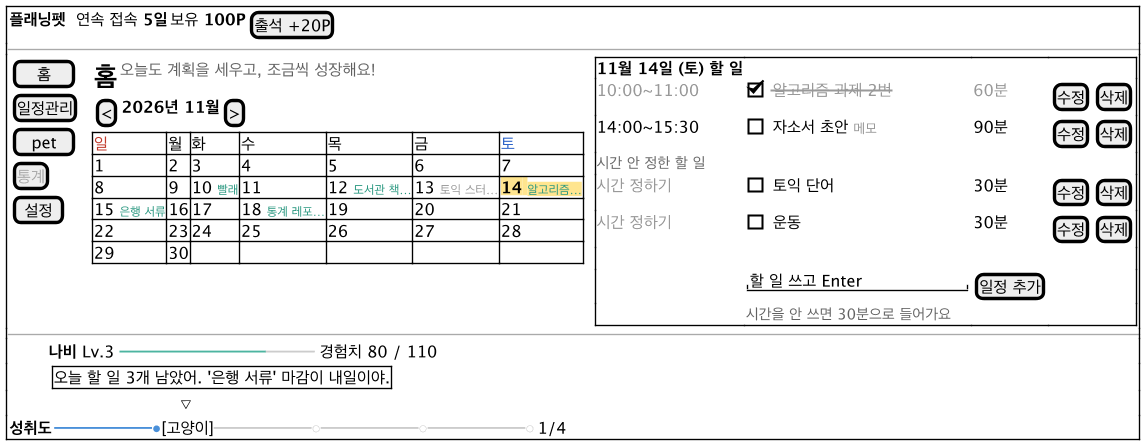
This is docs/diagrams/ui-main.png from 2026-2-software-system-design-11/planning-pet-app, a PlantUML export, as it was before one commit. Its diagram source:
```plantuml
@startsalt ui-main
!include ui-common.iuml
{+
  { <b>플래닝펫</b> | .                    | 연속 접속 <b>5일</b> | 보유 <b>100P</b> | [출석 +20P] }
  --
  {
    {
      [  홈  ]
      [일정관리]
      [ pet ]
      [<color:#AAAAAA>통계</color>]
      [ 설정 ]
    } | . |
    {
      { <size:20><b>홈</b></size> | <color:#666666>오늘도 계획을 세우고, 조금씩 성장해요!</color> }
      { [<] | <b>2026년 11월</b> | [>] }
      {#
        <color:#C0392B>일 | 월 | 화 | 수 | 목 | 금 | <color:#2E64C8>토
        1  | 2  | 3  | 4  | 5  | 6  | 7
        8  | 9  | 10 <size:9><color:#28977F>빨래</color></size> | 11 | 12 <size:9><color:#28977F>도서관 책…</color></size> | 13 <size:9><color:#999999>토익 스터…</color></size> | <back:#FFE58F><b>14</b> <size:9><color:#28977F>알고리즘…</color></size></back>
        15 <size:9><color:#28977F>은행 서류</color></size> | 16 | 17 | 18 <size:9><color:#28977F>통계 레포…</color></size> | 19 | 20 | 21
        22 | 23 | 24 | 25 | 26 | 27 | 28
        29 | 30 | .  | .  | .  | .  | .
      }
    } | . |
    {+
      <b>11월 14일 (토) 할 일</b> | . | . | .
      <color:#999999>10:00~11:00</color> | [X] <color:#999999><s>알고리즘 과제 2번</s></color> | <color:#999999>60분</color> | { [수정] | [삭제] }
      14:00~15:30 | [ ] 자소서 초안 <size:10><color:#999999>메모</color></size> | 90분 | { [수정] | [삭제] }
      <size:11><color:#666666>시간 안 정한 할 일</color></size> | . | . | .
      <color:#999999>시간 정하기</color> | [ ] 토익 단어 | 30분 | { [수정] | [삭제] }
      <color:#999999>시간 정하기</color> | [ ] 운동 | 30분 | { [수정] | [삭제] }
      . | . | . | .
      . | "할 일 쓰고 Enter        " | [일정 추가] | .
      . | <size:11><color:#666666>시간을 안 쓰면 30분으로 들어가요</color></size> | . | .
    }
  }
  --
  { . | . | . | . | . | <b>나비</b> Lv.3 <color:#4DB4A0>━━━━━━━━━</color><color:#CCCCCC>━━━</color> 경험치 80 / 110 }
  { .       | <color:#FFFFFF>━━</color>{+ 오늘 할 일 3개 남았어. '은행 서류' 마감이 내일이야. } }
  { .       | <color:#FFFFFF>━━━━━━━━━━</color>▽ }
  { <b>성취도</b> | <color:#4A90D9>━━━━━━●</color>[고양이]<color:#CCCCCC>━━━━━━○━━━━━━○━━━━━━○</color> | 1/4 }
}
@endsalt
```
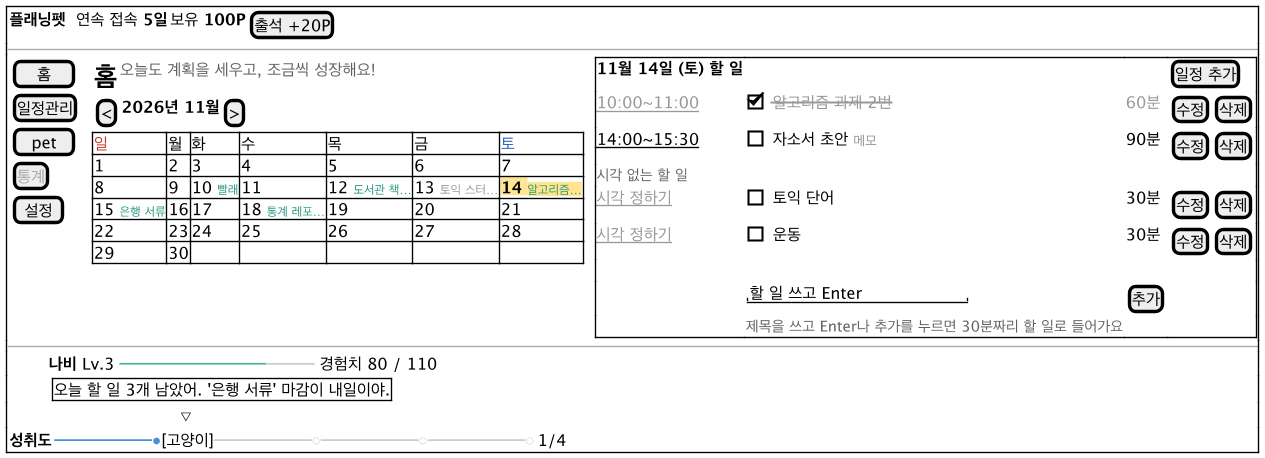
Later version of the same file.

Diff of the diagram source:
```diff
@@ -24,15 +24,15 @@
       }
     } | . |
     {+
-      <b>11월 14일 (토) 할 일</b> | . | . | .
-      <color:#999999>10:00~11:00</color> | [X] <color:#999999><s>알고리즘 과제 2번</s></color> | <color:#999999>60분</color> | { [수정] | [삭제] }
-      14:00~15:30 | [ ] 자소서 초안 <size:10><color:#999999>메모</color></size> | 90분 | { [수정] | [삭제] }
-      <size:11><color:#666666>시간 안 정한 할 일</color></size> | . | . | .
-      <color:#999999>시간 정하기</color> | [ ] 토익 단어 | 30분 | { [수정] | [삭제] }
-      <color:#999999>시간 정하기</color> | [ ] 운동 | 30분 | { [수정] | [삭제] }
+      <b>11월 14일 (토) 할 일</b> | . | . | [일정 추가]
+      <color:#999999><u>10:00~11:00</u></color> | [X] <color:#999999><s>알고리즘 과제 2번</s></color> | <color:#999999>60분</color> | { [수정] | [삭제] }
+      <u>14:00~15:30</u> | [ ] 자소서 초안 <size:10><color:#999999>메모</color></size> | 90분 | { [수정] | [삭제] }
+      <size:11><color:#666666>시각 없는 할 일</color></size> | . | . | .
+      <color:#999999><u>시각 정하기</u></color> | [ ] 토익 단어 | 30분 | { [수정] | [삭제] }
+      <color:#999999><u>시각 정하기</u></color> | [ ] 운동 | 30분 | { [수정] | [삭제] }
       . | . | . | .
-      . | "할 일 쓰고 Enter        " | [일정 추가] | .
-      . | <size:11><color:#666666>시간을 안 쓰면 30분으로 들어가요</color></size> | . | .
+      . | "할 일 쓰고 Enter        " | [추가] | .
+      . | <size:11><color:#666666>제목을 쓰고 Enter나 추가를 누르면 30분짜리 할 일로 들어가요</color></size> | . | .
     }
   }
   --
```
